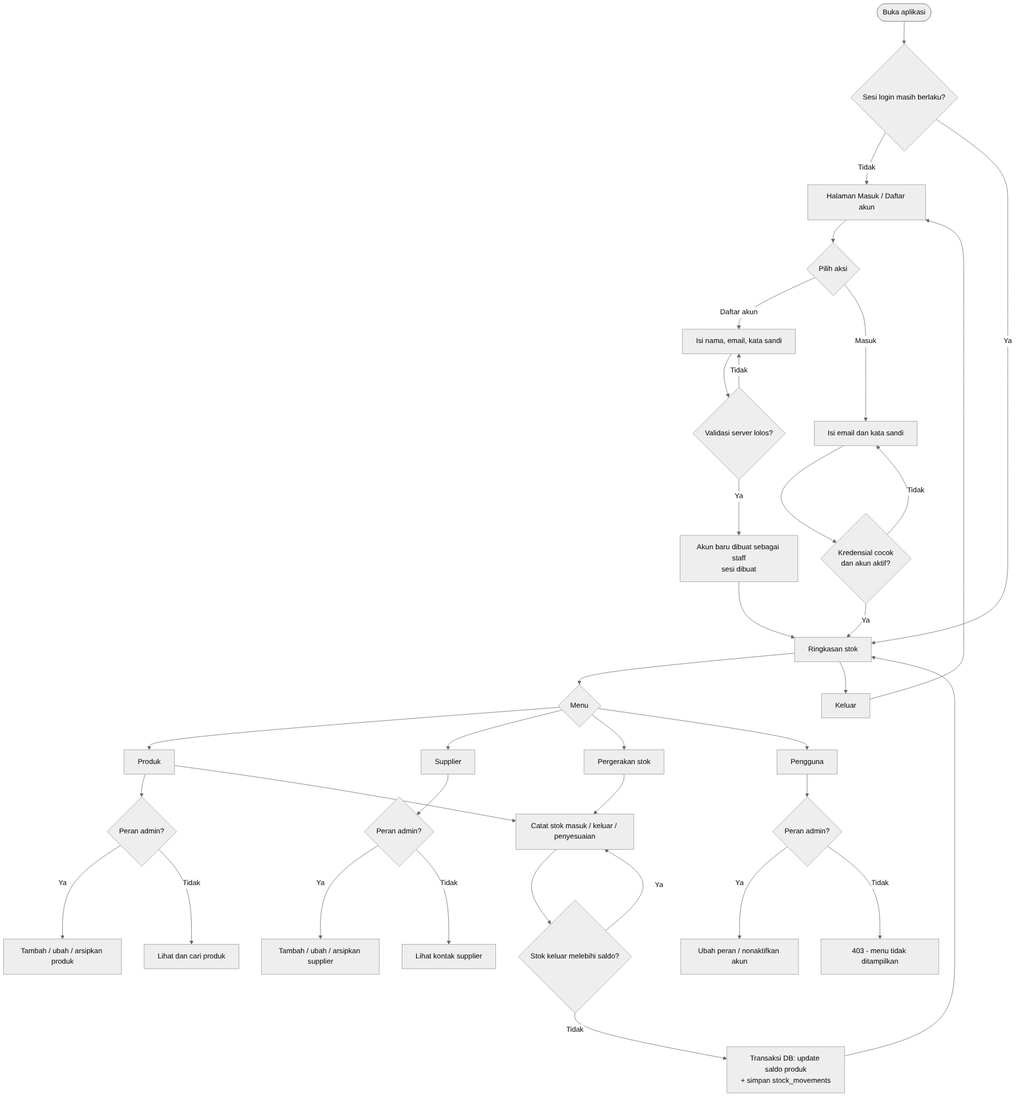
The Mermaid diagram docs/diagrams/flowchart.png in muhwal21/mechanical-keyboard-inventory, before a commit. Its source is kept beside it as docs/flowchart.mmd. Its diagram source:
```mermaid
flowchart TD
  start([Buka aplikasi]) --> session{Sesi login masih berlaku?}
  session -- Tidak --> auth[Halaman Masuk / Daftar akun]
  auth --> choose{Pilih aksi}
  choose -- Daftar akun --> register[Isi nama, email, kata sandi]
  register --> regValid{Validasi server lolos?}
  regValid -- Tidak --> register
  regValid -- Ya --> staffAccount[Akun baru dibuat sebagai staff\nsesi dibuat]
  choose -- Masuk --> login[Isi email dan kata sandi]
  login --> loginValid{Kredensial cocok\ndan akun aktif?}
  loginValid -- Tidak --> login
  loginValid -- Ya --> dashboard
  staffAccount --> dashboard
  session -- Ya --> dashboard[Ringkasan stok]

  dashboard --> nav{Menu}
  nav --> products[Produk]
  nav --> suppliers[Supplier]
  nav --> movements[Pergerakan stok]
  nav --> users[Pengguna]

  products --> productRole{Peran admin?}
  productRole -- Ya --> productCrud[Tambah / ubah / arsipkan produk]
  productRole -- Tidak --> productRead[Lihat dan cari produk]
  suppliers --> supplierRole{Peran admin?}
  supplierRole -- Ya --> supplierCrud[Tambah / ubah / arsipkan supplier]
  supplierRole -- Tidak --> supplierRead[Lihat kontak supplier]
  users --> userRole{Peran admin?}
  userRole -- Ya --> userManage[Ubah peran / nonaktifkan akun]
  userRole -- Tidak --> forbidden[403 - menu tidak ditampilkan]

  movements --> record[Catat stok masuk / keluar / penyesuaian]
  products --> record
  record --> stockCheck{Stok keluar melebihi saldo?}
  stockCheck -- Ya --> record
  stockCheck -- Tidak --> saved[Transaksi DB: update saldo produk\n+ simpan stock_movements]
  saved --> dashboard

  dashboard --> logout[Keluar] --> auth
```
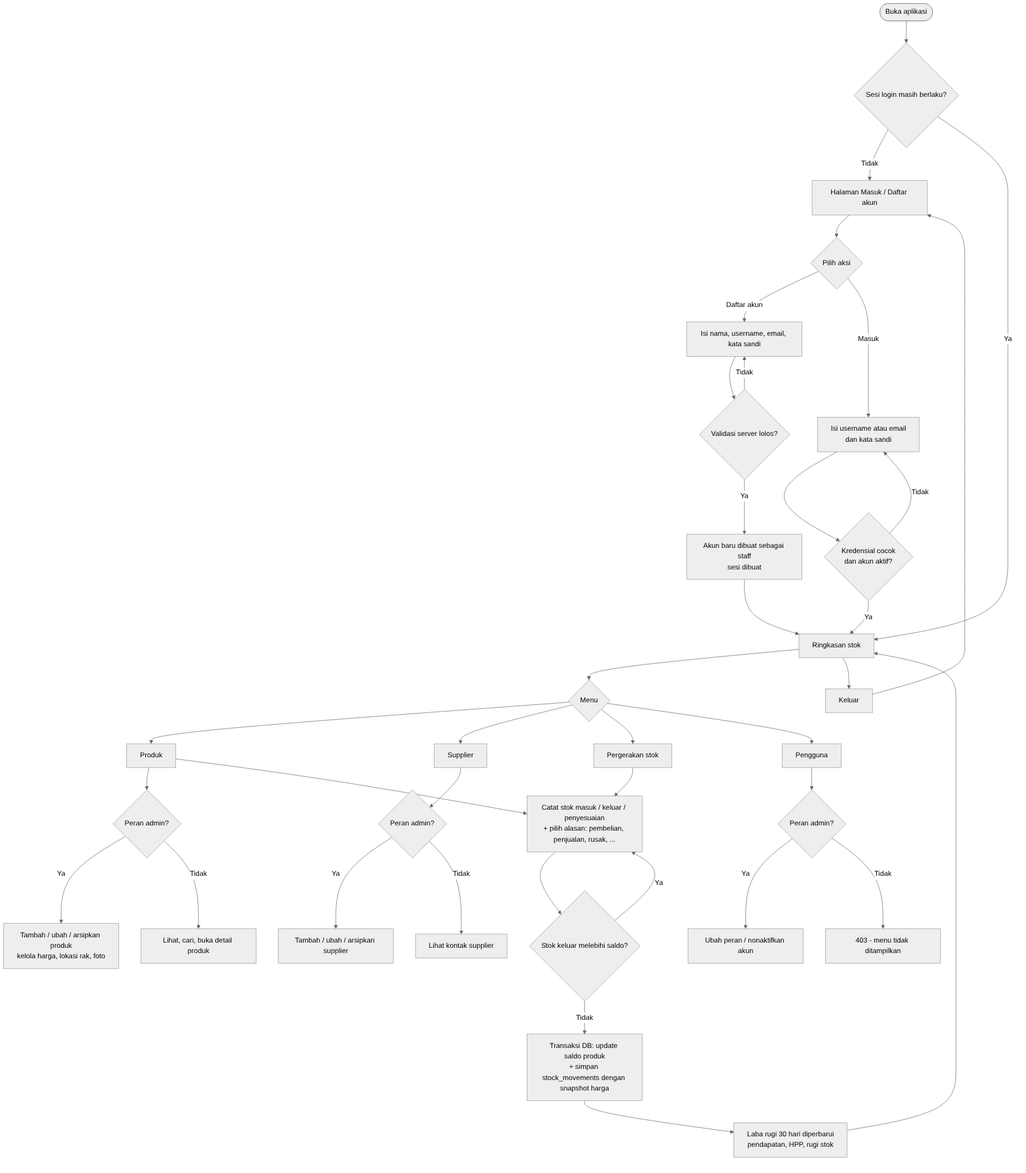
After the change.

Commit message:
docs: update ERD, schema, diagrams, and guides for photos, finance, and racks

Diff of the diagram source:
```diff
@@ -2,11 +2,11 @@
   start([Buka aplikasi]) --> session{Sesi login masih berlaku?}
   session -- Tidak --> auth[Halaman Masuk / Daftar akun]
   auth --> choose{Pilih aksi}
-  choose -- Daftar akun --> register[Isi nama, email, kata sandi]
+  choose -- Daftar akun --> register[Isi nama, username, email, kata sandi]
   register --> regValid{Validasi server lolos?}
   regValid -- Tidak --> register
   regValid -- Ya --> staffAccount[Akun baru dibuat sebagai staff\nsesi dibuat]
-  choose -- Masuk --> login[Isi email dan kata sandi]
+  choose -- Masuk --> login[Isi username atau email\ndan kata sandi]
   login --> loginValid{Kredensial cocok\ndan akun aktif?}
   loginValid -- Tidak --> login
   loginValid -- Ya --> dashboard
@@ -20,8 +20,8 @@
   nav --> users[Pengguna]
 
   products --> productRole{Peran admin?}
-  productRole -- Ya --> productCrud[Tambah / ubah / arsipkan produk]
-  productRole -- Tidak --> productRead[Lihat dan cari produk]
+  productRole -- Ya --> productCrud[Tambah / ubah / arsipkan produk\nkelola harga, lokasi rak, foto]
+  productRole -- Tidak --> productRead[Lihat, cari, buka detail produk]
   suppliers --> supplierRole{Peran admin?}
   supplierRole -- Ya --> supplierCrud[Tambah / ubah / arsipkan supplier]
   supplierRole -- Tidak --> supplierRead[Lihat kontak supplier]
@@ -29,11 +29,12 @@
   userRole -- Ya --> userManage[Ubah peran / nonaktifkan akun]
   userRole -- Tidak --> forbidden[403 - menu tidak ditampilkan]
 
-  movements --> record[Catat stok masuk / keluar / penyesuaian]
+  movements --> record[Catat stok masuk / keluar / penyesuaian\n+ pilih alasan: pembelian, penjualan, rusak, ...]
   products --> record
   record --> stockCheck{Stok keluar melebihi saldo?}
   stockCheck -- Ya --> record
-  stockCheck -- Tidak --> saved[Transaksi DB: update saldo produk\n+ simpan stock_movements]
-  saved --> dashboard
+  stockCheck -- Tidak --> saved[Transaksi DB: update saldo produk\n+ simpan stock_movements dengan snapshot harga]
+  saved --> finance[Laba rugi 30 hari diperbarui\npendapatan, HPP, rugi stok]
+  finance --> dashboard
 
   dashboard --> logout[Keluar] --> auth
```
